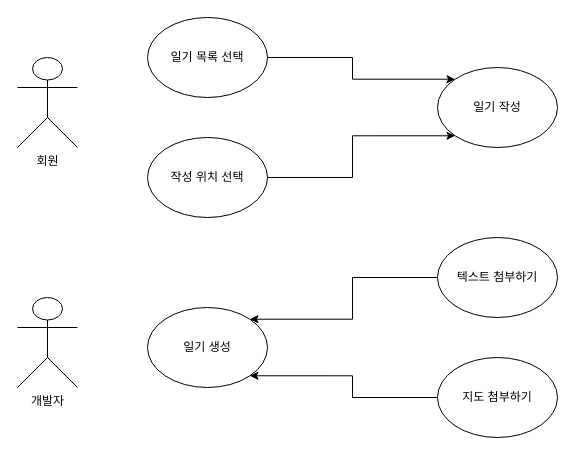
Above: Untitled Diagram.drawio in Flower-Deer/Diary (draw.io), before the change. Source tidied: cells renumbered, new cells numbered last; positions are measured from the earlier drawing's top-left corner, leaving out a move shared by most shapes. Both pictures are drawn from the tidied source at 100%, with x=0, y=0 at pixel (17, 17).
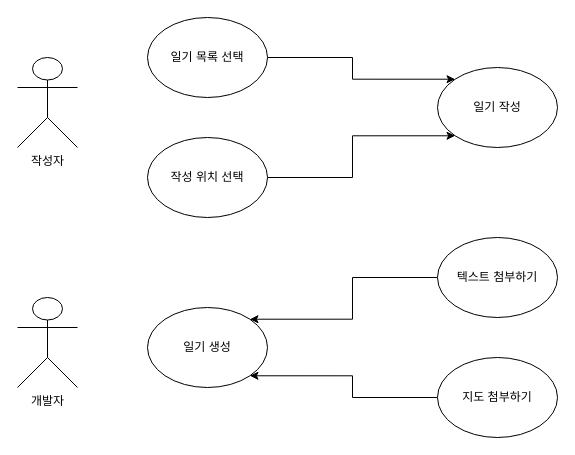
After the change.

What changed in the source:
```diff
@@
 <mxGraphModel>
   <root>
     <mxCell id="0" />
     <mxCell id="1" parent="0" />
     <mxCell id="2" style="edgeStyle=orthogonalEdgeStyle;rounded=0;jettySize=auto;html=1;entryX=0;entryY=0;entryDx=0;entryDy=0;" parent="1" edge="1" source="3" target="7">
       <mxGeometry relative="1" as="geometry" />
     </mxCell>
     <mxCell id="3" value="일기 목록 선택" style="ellipse;whiteSpace=wrap;html=1;" parent="1" vertex="1">
       <mxGeometry x="130" width="120" height="80" as="geometry" />
     </mxCell>
     <mxCell id="4" style="edgeStyle=orthogonalEdgeStyle;rounded=0;jettySize=auto;html=1;exitX=1;exitY=0.5;exitDx=0;exitDy=0;entryX=0;entryY=1;entryDx=0;entryDy=0;" parent="1" edge="1" source="5" target="7">
       <mxGeometry relative="1" as="geometry" />
     </mxCell>
     <mxCell id="5" value="작성 위치 선택" style="ellipse;whiteSpace=wrap;html=1;" parent="1" vertex="1">
       <mxGeometry x="130" y="120" width="120" height="80" as="geometry" />
     </mxCell>
     <mxCell id="6" style="edgeStyle=orthogonalEdgeStyle;rounded=0;orthogonalLoop=1;jettySize=auto;html=1;" parent="1" edge="1">
       <mxGeometry relative="1" as="geometry">
         <mxPoint x="35" y="80" as="sourcePoint" />
         <mxPoint x="35" y="80" as="targetPoint" />
       </mxGeometry>
     </mxCell>
     <mxCell id="7" value="일기 작성" style="ellipse;whiteSpace=wrap;html=1;" parent="1" vertex="1">
       <mxGeometry x="420" y="50" width="120" height="80" as="geometry" />
     </mxCell>
     <mxCell id="8" value="일기 생성" style="ellipse;whiteSpace=wrap;html=1;" parent="1" vertex="1">
       <mxGeometry x="130" y="290" width="120" height="80" as="geometry" />
     </mxCell>
     <mxCell id="9" style="edgeStyle=orthogonalEdgeStyle;rounded=0;jettySize=auto;html=1;exitX=0;exitY=0.5;exitDx=0;exitDy=0;entryX=1;entryY=0;entryDx=0;entryDy=0;" parent="1" edge="1" source="10" target="8">
       <mxGeometry relative="1" as="geometry" />
     </mxCell>
     <mxCell id="10" value="텍스트 첨부하기" style="ellipse;whiteSpace=wrap;html=1;" parent="1" vertex="1">
       <mxGeometry x="420" y="220" width="120" height="80" as="geometry" />
     </mxCell>
     <mxCell id="11" style="edgeStyle=orthogonalEdgeStyle;rounded=0;jettySize=auto;html=1;exitX=0;exitY=0.5;exitDx=0;exitDy=0;entryX=1;entryY=1;entryDx=0;entryDy=0;" parent="1" edge="1" source="12" target="8">
       <mxGeometry relative="1" as="geometry" />
     </mxCell>
     <mxCell id="12" value="지도 첨부하기" style="ellipse;whiteSpace=wrap;html=1;" parent="1" vertex="1">
       <mxGeometry x="420" y="340" width="120" height="80" as="geometry" />
     </mxCell>
-    <mxCell id="13" value="회원" style="shape=umlActor;verticalLabelPosition=bottom;verticalAlign=top;html=1;" parent="1" vertex="1">
+    <mxCell id="13" value="작성자" style="shape=umlActor;verticalLabelPosition=bottom;verticalAlign=top;html=1;" parent="1" vertex="1">
       <mxGeometry y="40" width="60" height="90" as="geometry" />
     </mxCell>
     <mxCell id="14" value="개발자" style="shape=umlActor;verticalLabelPosition=bottom;verticalAlign=top;html=1;" parent="1" vertex="1">
       <mxGeometry y="280" width="60" height="90" as="geometry" />
     </mxCell>
   </root>
 </mxGraphModel>
```
